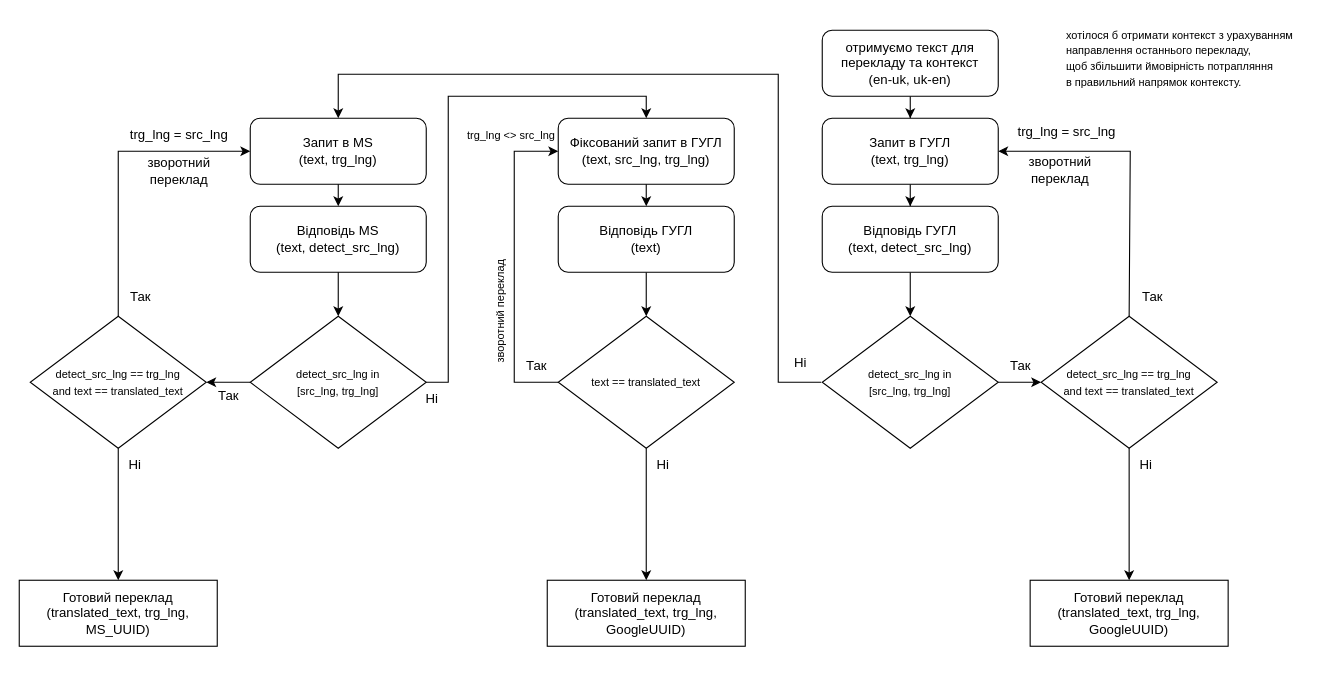
This is page "Переклад" (2 of 2) of doc/db_structure.drawio from essayNEXT/REPETITOR, a draw.io file, before an edit. Source tidied: cells renumbered, new cells numbered last; positions are measured from the earlier drawing's top-left corner, leaving out a move shared by most shapes. Both pictures are drawn from the tidied source at 110%, with x=0, y=0 at pixel (19, 19).
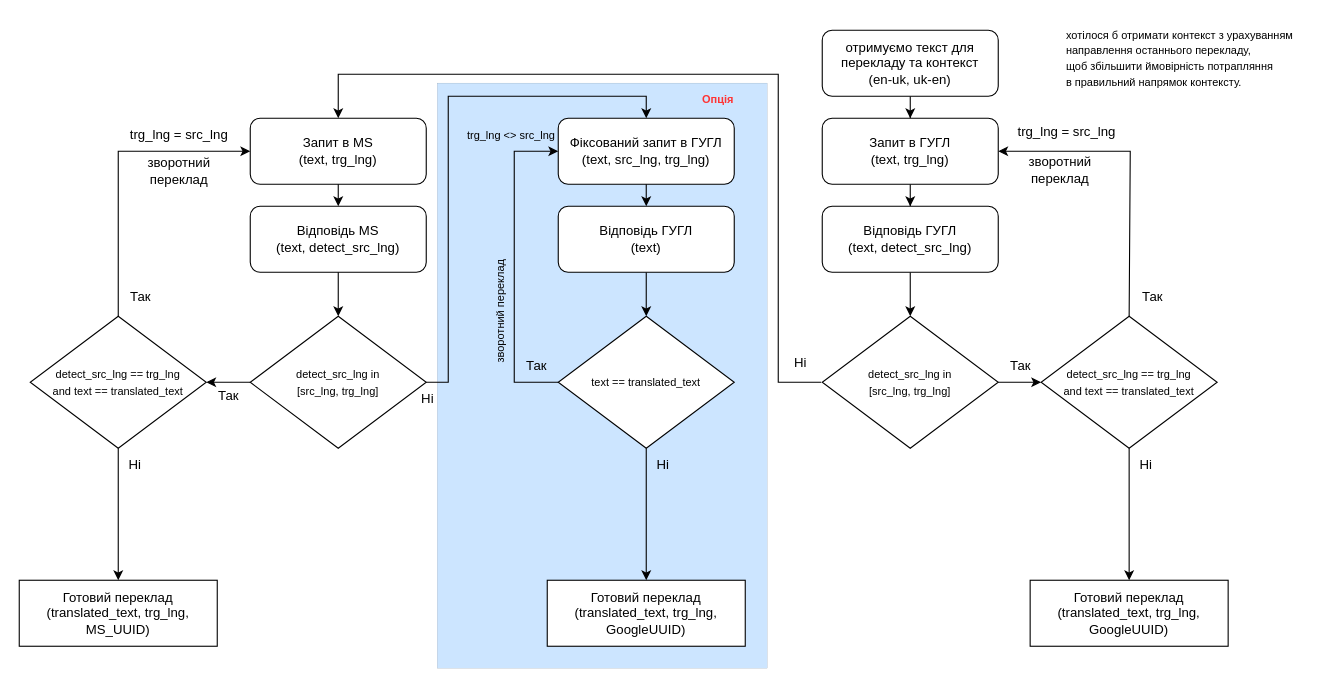
The same diagram, later.

Commit message:
оновив - схема перекладу

What changed in the source:
```diff
@@
+    <mxCell id="51" style="rounded=0;whiteSpace=wrap;html=1;fillColor=#cce5ff;strokeColor=#36393d;strokeWidth=0;" parent="1" vertex="1">
+      <mxGeometry x="380" y="58" width="300" height="532" as="geometry" />
+    </mxCell>
@@
     <mxCell id="47" value="Ні" style="text;html=1;align=center;verticalAlign=middle;strokeColor=none;fillColor=none;" parent="1" vertex="1">
-      <mxGeometry x="360" y="330" width="30" height="30" as="geometry" />
+      <mxGeometry x="356" y="330" width="30" height="30" as="geometry" />
     </mxCell>
@@
+    <mxCell id="52" value="&lt;font color=&quot;#ff3333&quot; style=&quot;font-size: 10px;&quot;&gt;&lt;b&gt;Опція&lt;/b&gt;&lt;/font&gt;" style="text;html=1;align=center;verticalAlign=middle;" parent="1" vertex="1">
+      <mxGeometry x="610" y="58" width="50" height="30" as="geometry" />
+    </mxCell>
```
